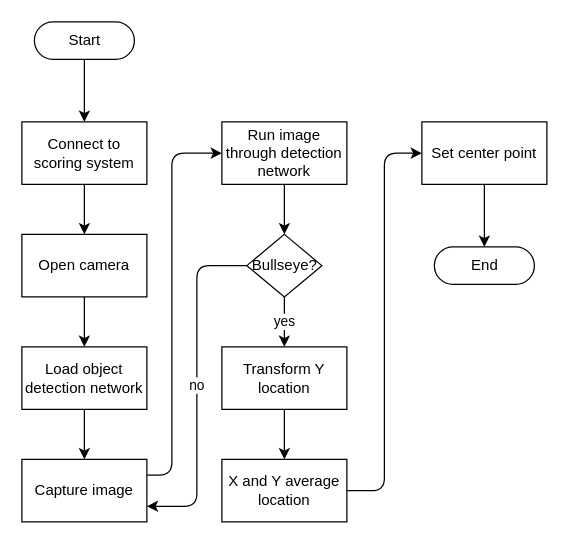
kparlak/dart-scoring-system keeps this draw.io diagram as page "Idle Start Logic" (2 of 8) of imaging/documentation/Imaging_System_Schematics.drawio. Above is the earlier version. Source tidied: cells renumbered, new cells numbered last; positions are measured from the earlier drawing's top-left corner, leaving out a move shared by most shapes. Both pictures are drawn from the tidied source at 125%, with x=0, y=0 at pixel (21, 21).
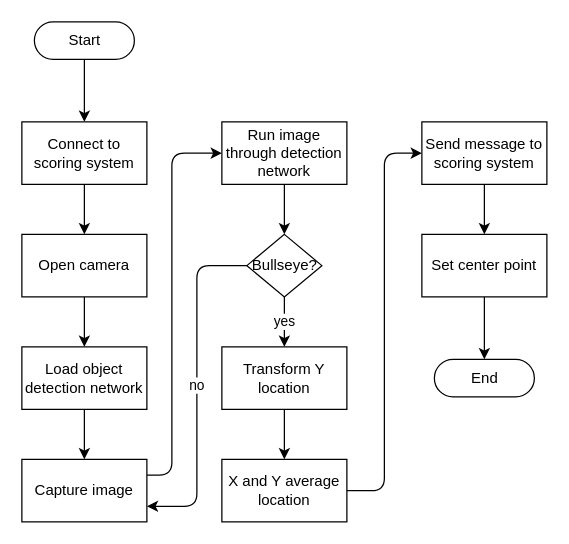
The same page after the edit.

Unchanged cells that the change refers to:
```xml
<mxCell id="21" value="X and Y average location" style="html=1;dashed=0;whitespace=wrap;whiteSpace=wrap;" parent="1" vertex="1">
  <mxGeometry x="160" y="350" width="100" height="50" as="geometry" />
</mxCell>
```

The edit, as a diff of the source:
```diff
@@
     <mxCell id="8" value="End" style="html=1;dashed=0;whitespace=wrap;shape=mxgraph.dfd.start;" parent="1" vertex="1">
-      <mxGeometry x="330" y="180" width="80" height="30" as="geometry" />
+      <mxGeometry x="330" y="270" width="80" height="30" as="geometry" />
     </mxCell>
@@
     <mxCell id="19" value="Set center point" style="html=1;dashed=0;whitespace=wrap;whiteSpace=wrap;" parent="1" vertex="1">
-      <mxGeometry x="320" y="80" width="100" height="50" as="geometry" />
+      <mxGeometry x="320" y="170" width="100" height="50" as="geometry" />
     </mxCell>
-    <mxCell id="20" style="edgeStyle=orthogonalEdgeStyle;rounded=1;jettySize=auto;html=1;exitX=1;exitY=0.5;exitDx=0;exitDy=0;entryX=0;entryY=0.5;entryDx=0;entryDy=0;" parent="1" edge="1" source="21" target="19">
+    <mxCell id="20" style="edgeStyle=orthogonalEdgeStyle;rounded=1;jettySize=auto;html=1;exitX=1;exitY=0.5;exitDx=0;exitDy=0;entryX=0;entryY=0.5;entryDx=0;entryDy=0;" parent="1" edge="1" source="21" target="25">
       <mxGeometry relative="1" as="geometry" />
     </mxCell>
@@
+    <mxCell id="24" style="edgeStyle=orthogonalEdgeStyle;rounded=0;jettySize=auto;html=1;exitX=0.5;exitY=1;exitDx=0;exitDy=0;entryX=0.5;entryY=0;entryDx=0;entryDy=0;" parent="1" edge="1" source="25" target="19">
+      <mxGeometry relative="1" as="geometry" />
+    </mxCell>
+    <mxCell id="25" value="Send message to scoring system" style="html=1;dashed=0;whitespace=wrap;whiteSpace=wrap;" parent="1" vertex="1">
+      <mxGeometry x="320" y="80" width="100" height="50" as="geometry" />
+    </mxCell>
```
